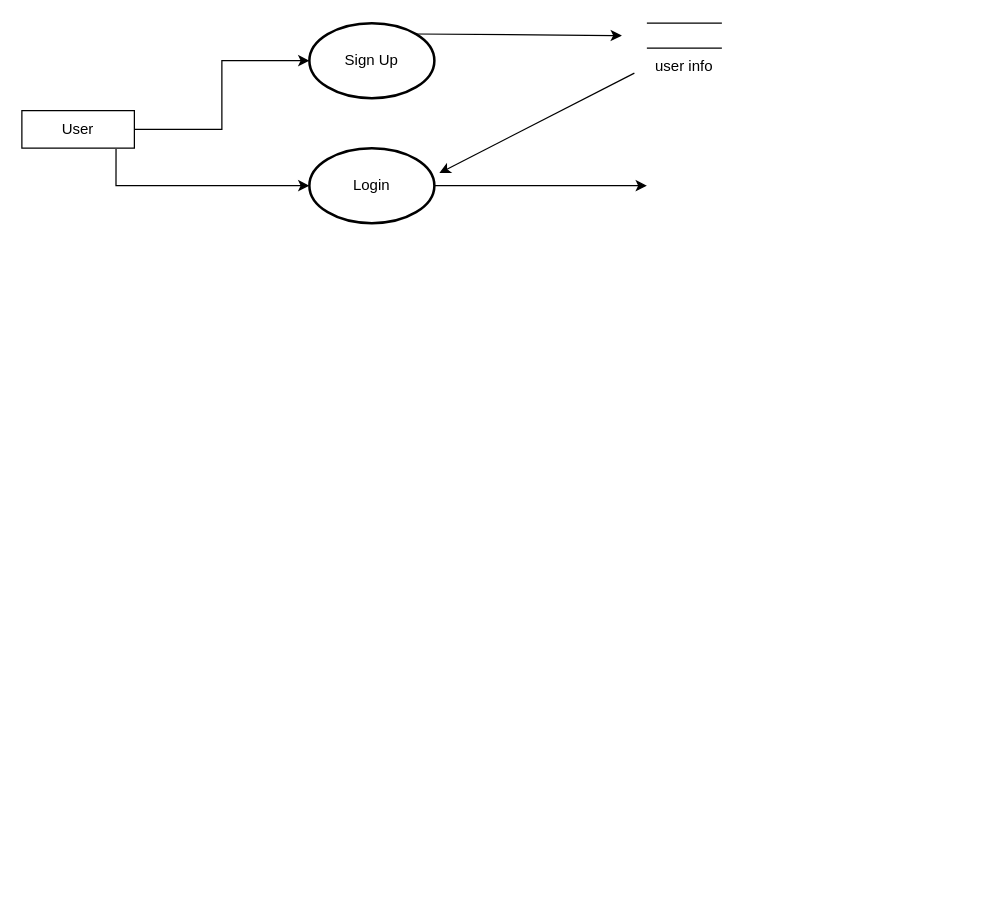
The draw.io diagram page "Page-1" (1 of 2) of Untitled Diagram.drawio in chetan-v/check, before the edit. Source tidied: cells renumbered, new cells numbered last; positions are measured from the earlier drawing's top-left corner, leaving out a move shared by most shapes. Both pictures are drawn from the tidied source at 125%, with x=0, y=0 at pixel (21, 22).
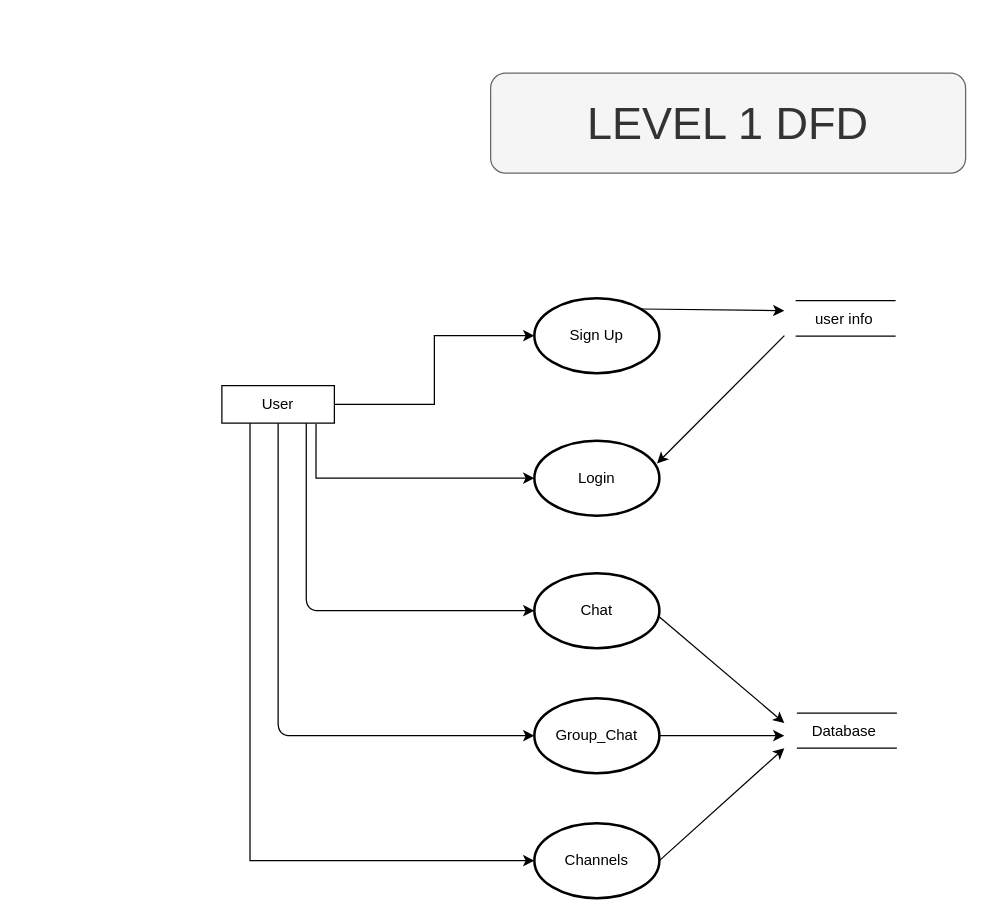
The same diagram, later.

Diff of the diagram source:
```diff
@@
     <mxCell id="2" value="Sign Up" style="strokeWidth=2;html=1;shape=mxgraph.flowchart.start_1;whiteSpace=wrap;" parent="1" vertex="1">
-      <mxGeometry x="230" width="100" height="60" as="geometry" />
+      <mxGeometry x="410" y="220" width="100" height="60" as="geometry" />
     </mxCell>
     <mxCell id="3" value="User" style="rounded=0;whiteSpace=wrap;html=1;" parent="1" vertex="1">
-      <mxGeometry y="70" width="90" height="30" as="geometry" />
+      <mxGeometry x="160" y="290" width="90" height="30" as="geometry" />
     </mxCell>
     <mxCell id="4" value="Login" style="strokeWidth=2;html=1;shape=mxgraph.flowchart.start_1;whiteSpace=wrap;" parent="1" vertex="1">
-      <mxGeometry x="230" y="100" width="100" height="60" as="geometry" />
+      <mxGeometry x="410" y="334" width="100" height="60" as="geometry" />
     </mxCell>
@@
     <mxCell id="7" style="endArrow=none;html=1;rounded=0;" parent="1" edge="1">
       <mxGeometry relative="1" as="geometry">
-        <mxPoint x="500" as="sourcePoint" />
-        <mxPoint x="560" as="targetPoint" />
+        <mxPoint x="619" y="222" as="sourcePoint" />
+        <mxPoint x="699" y="222" as="targetPoint" />
       </mxGeometry>
     </mxCell>
     <mxCell id="8" style="endArrow=none;html=1;rounded=0;" parent="1" edge="1">
       <mxGeometry relative="1" as="geometry">
-        <mxPoint x="500" y="20" as="sourcePoint" />
-        <mxPoint x="560" y="20" as="targetPoint" />
+        <mxPoint x="619" y="250.3" as="sourcePoint" />
+        <mxPoint x="699" y="250.3" as="targetPoint" />
       </mxGeometry>
     </mxCell>
     <mxCell id="9" value="user info" style="text;html=1;strokeColor=none;fillColor=none;align=center;verticalAlign=middle;whiteSpace=wrap;rounded=0;" parent="1" vertex="1">
-      <mxGeometry x="500" y="20" width="60" height="30" as="geometry" />
+      <mxGeometry x="628" y="222" width="60" height="30" as="geometry" />
     </mxCell>
     <mxCell id="10" style="endArrow=classic;html=1;rounded=0;exitX=0.855;exitY=0.145;exitDx=0;exitDy=0;exitPerimeter=0;" parent="1" edge="1" source="2">
       <mxGeometry relative="1" as="geometry">
-        <mxPoint x="480" y="10" as="targetPoint" />
+        <mxPoint x="610" y="230" as="targetPoint" />
       </mxGeometry>
     </mxCell>
-    <mxCell id="11" style="endArrow=classic;html=1;rounded=0;entryX=1.04;entryY=0.333;entryDx=0;entryDy=0;entryPerimeter=0;" parent="1" edge="1" target="4">
-      <mxGeometry relative="1" as="geometry">
-        <mxPoint x="490" y="40" as="sourcePoint" />
-      </mxGeometry>
-    </mxCell>
-    <mxCell id="12" style="endArrow=classic;html=1;rounded=0;exitX=1;exitY=0.5;exitDx=0;exitDy=0;exitPerimeter=0;" parent="1" edge="1" source="4">
-      <mxGeometry relative="1" as="geometry">
-        <mxPoint x="500" y="130" as="targetPoint" />
-      </mxGeometry>
-    </mxCell>
+    <mxCell id="13" value="Group_Chat" style="strokeWidth=2;html=1;shape=mxgraph.flowchart.start_1;whiteSpace=wrap;" parent="1" vertex="1">
+      <mxGeometry x="410" y="540" width="100" height="60" as="geometry" />
+    </mxCell>
+    <mxCell id="14" value="Chat" style="strokeWidth=2;html=1;shape=mxgraph.flowchart.start_1;whiteSpace=wrap;" parent="1" vertex="1">
+      <mxGeometry x="410" y="440" width="100" height="60" as="geometry" />
+    </mxCell>
+    <mxCell id="15" value="Channels" style="strokeWidth=2;html=1;shape=mxgraph.flowchart.start_1;whiteSpace=wrap;" parent="1" vertex="1">
+      <mxGeometry x="410" y="640" width="100" height="60" as="geometry" />
+    </mxCell>
+    <mxCell id="16" style="endArrow=classic;html=1;rounded=1;exitX=0.75;exitY=1;exitDx=0;exitDy=0;entryX=0;entryY=0.5;entryDx=0;entryDy=0;entryPerimeter=0;edgeStyle=orthogonalEdgeStyle;" parent="1" edge="1" source="3" target="14">
+      <mxGeometry relative="1" as="geometry" />
+    </mxCell>
+    <mxCell id="17" style="endArrow=classic;html=1;rounded=1;exitX=0.5;exitY=1;exitDx=0;exitDy=0;entryX=0;entryY=0.5;entryDx=0;entryDy=0;entryPerimeter=0;edgeStyle=orthogonalEdgeStyle;" parent="1" edge="1" source="3" target="13">
+      <mxGeometry relative="1" as="geometry" />
+    </mxCell>
+    <mxCell id="18" style="endArrow=classic;html=1;rounded=0;edgeStyle=orthogonalEdgeStyle;exitX=0.25;exitY=1;exitDx=0;exitDy=0;entryX=0;entryY=0.5;entryDx=0;entryDy=0;entryPerimeter=0;" parent="1" edge="1" source="3" target="15">
+      <mxGeometry relative="1" as="geometry" />
+    </mxCell>
+    <mxCell id="19" style="line;strokeWidth=1;dashed=0;labelPosition=right;align=left;verticalAlign=middle;spacingTop=0;spacingLeft=6;" parent="1" vertex="1">
+      <mxGeometry x="620" y="497" width="80" height="110" as="geometry" />
+    </mxCell>
+    <mxCell id="20" style="line;strokeWidth=1;dashed=0;labelPosition=right;align=left;verticalAlign=middle;spacingTop=0;spacingLeft=6;" parent="1" vertex="1">
+      <mxGeometry x="620" y="575" width="80" height="10" as="geometry" />
+    </mxCell>
+    <mxCell id="21" value="Database" style="text;html=1;strokeColor=none;fillColor=none;align=center;verticalAlign=middle;whiteSpace=wrap;rounded=0;" parent="1" vertex="1">
+      <mxGeometry x="628" y="552" width="60" height="30" as="geometry" />
+    </mxCell>
+    <mxCell id="22" style="endArrow=classic;html=1;rounded=0;exitX=1;exitY=0.5;exitDx=0;exitDy=0;exitPerimeter=0;" parent="1" edge="1" source="13">
+      <mxGeometry relative="1" as="geometry">
+        <mxPoint x="610" y="570" as="targetPoint" />
+      </mxGeometry>
+    </mxCell>
+    <mxCell id="23" style="endArrow=classic;html=1;rounded=0;exitX=1;exitY=0.5;exitDx=0;exitDy=0;exitPerimeter=0;" parent="1" edge="1" source="15">
+      <mxGeometry relative="1" as="geometry">
+        <mxPoint x="610" y="580" as="targetPoint" />
+      </mxGeometry>
+    </mxCell>
+    <mxCell id="24" style="endArrow=classic;html=1;rounded=0;exitX=0.989;exitY=0.567;exitDx=0;exitDy=0;exitPerimeter=0;" parent="1" edge="1" source="14">
+      <mxGeometry relative="1" as="geometry">
+        <mxPoint x="610" y="560" as="targetPoint" />
+      </mxGeometry>
+    </mxCell>
+    <mxCell id="25" style="endArrow=classic;html=1;rounded=0;entryX=0.981;entryY=0.304;entryDx=0;entryDy=0;entryPerimeter=0;" parent="1" edge="1" target="4">
+      <mxGeometry relative="1" as="geometry">
+        <mxPoint x="610" y="250" as="sourcePoint" />
+      </mxGeometry>
+    </mxCell>
+    <mxCell id="26" value="&lt;font style=&quot;font-size: 36px;&quot;&gt;LEVEL 1 DFD&lt;/font&gt;" style="rounded=1;whiteSpace=wrap;html=1;fillColor=#f5f5f5;fontColor=#333333;strokeColor=#666666;" parent="1" vertex="1">
+      <mxGeometry x="375" y="40" width="380" height="80" as="geometry" />
+    </mxCell>
```
